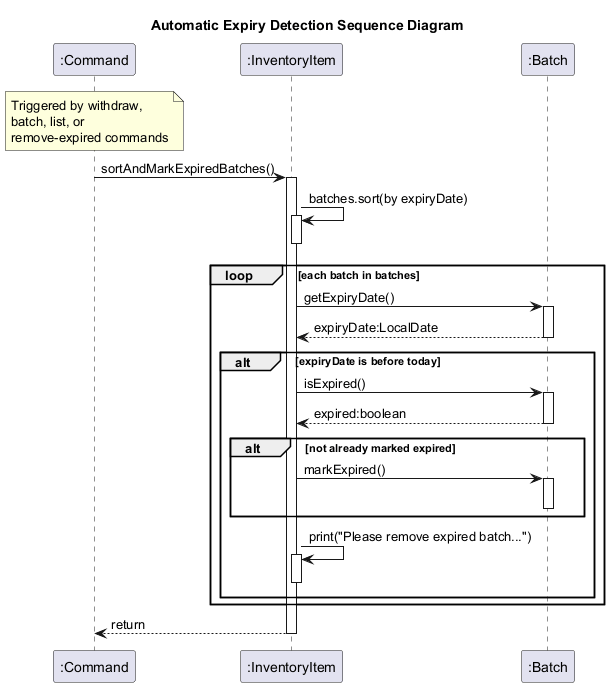
AY2526S2-CS2113-T05-2/tp keeps this PlantUML diagram as docs/diagrams/AutomaticExpiryDetectionSequenceDiagram.png. Above is the earlier version. The source it was exported from:
```plantuml
@startuml
title Automatic Expiry Detection Sequence Diagram

participant ":Command" as Cmd
participant ":InventoryItem" as Item
participant ":Batch" as Batch

note over Cmd : Triggered by withdraw,\nbatch, list, or\nremove-expired commands

Cmd -> Item : sortAndMarkExpiredBatches()
activate Item

Item -> Item : batches.sort(by expiryDate)
activate Item
deactivate Item

loop each batch in batches
    Item -> Batch : getExpiryDate()
    activate Batch
    Batch --> Item : expiryDate:LocalDate
    deactivate Batch

    alt expiryDate is before today
        Item -> Batch : isExpired()
        activate Batch
        Batch --> Item : expired:boolean
        deactivate Batch

        alt not already marked expired
            Item -> Batch : markExpired()
            activate Batch
            deactivate Batch
        end

        Item -> Item : print("Please remove expired batch...")
        activate Item
        deactivate Item
    end
end

Item --> Cmd : return
deactivate Item

@enduml
```
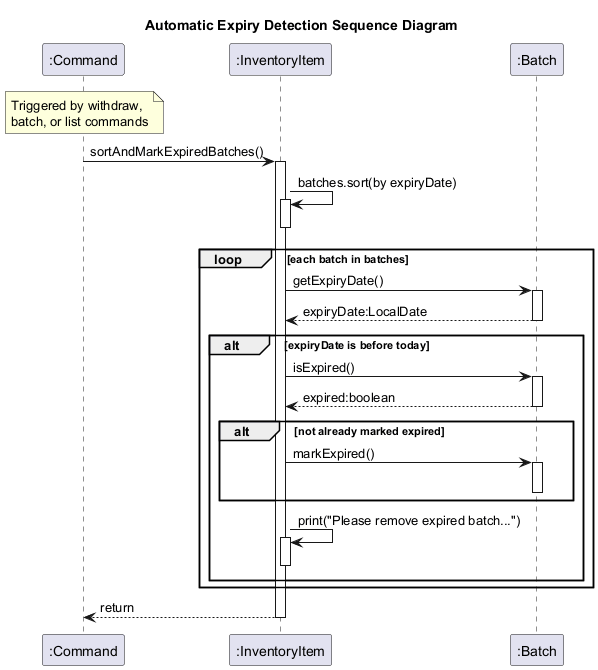
Above is the later version.

Change to the diagram source:
```diff
@@ -5,7 +5,7 @@
 participant ":InventoryItem" as Item
 participant ":Batch" as Batch
 
-note over Cmd : Triggered by withdraw,\nbatch, list, or\nremove-expired commands
+note over Cmd : Triggered by withdraw,\nbatch, or list commands
 
 Cmd -> Item : sortAndMarkExpiredBatches()
 activate Item
```
